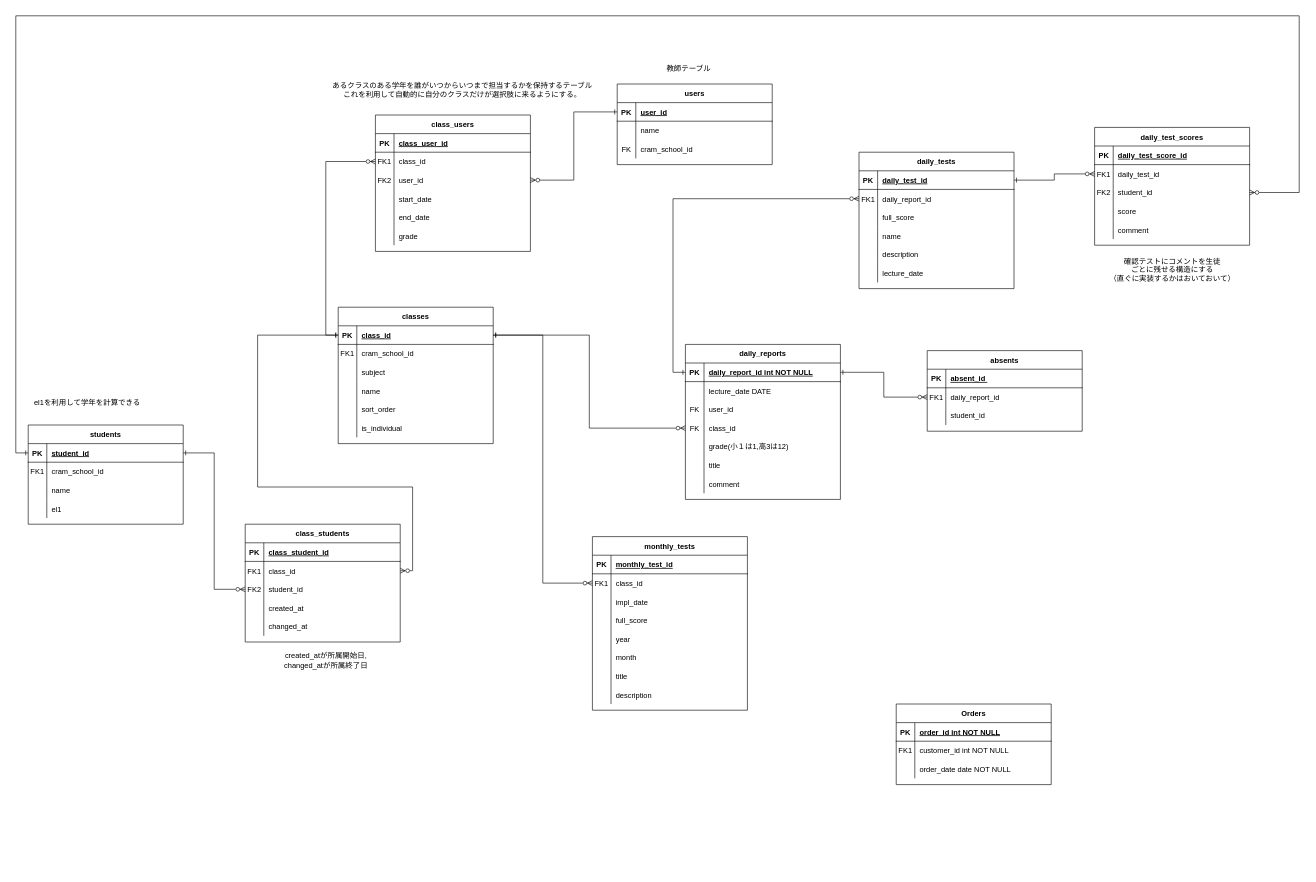
Earlier version of the draw.io diagram daily_report_ER_diagram.drawio (satoru817/4eachkeijiban). Source tidied: cells renumbered, new cells numbered last; positions are measured from the earlier drawing's top-left corner, leaving out a move shared by most shapes. Both pictures are drawn from the tidied source at 62%, with x=0, y=0 at pixel (16, 16).
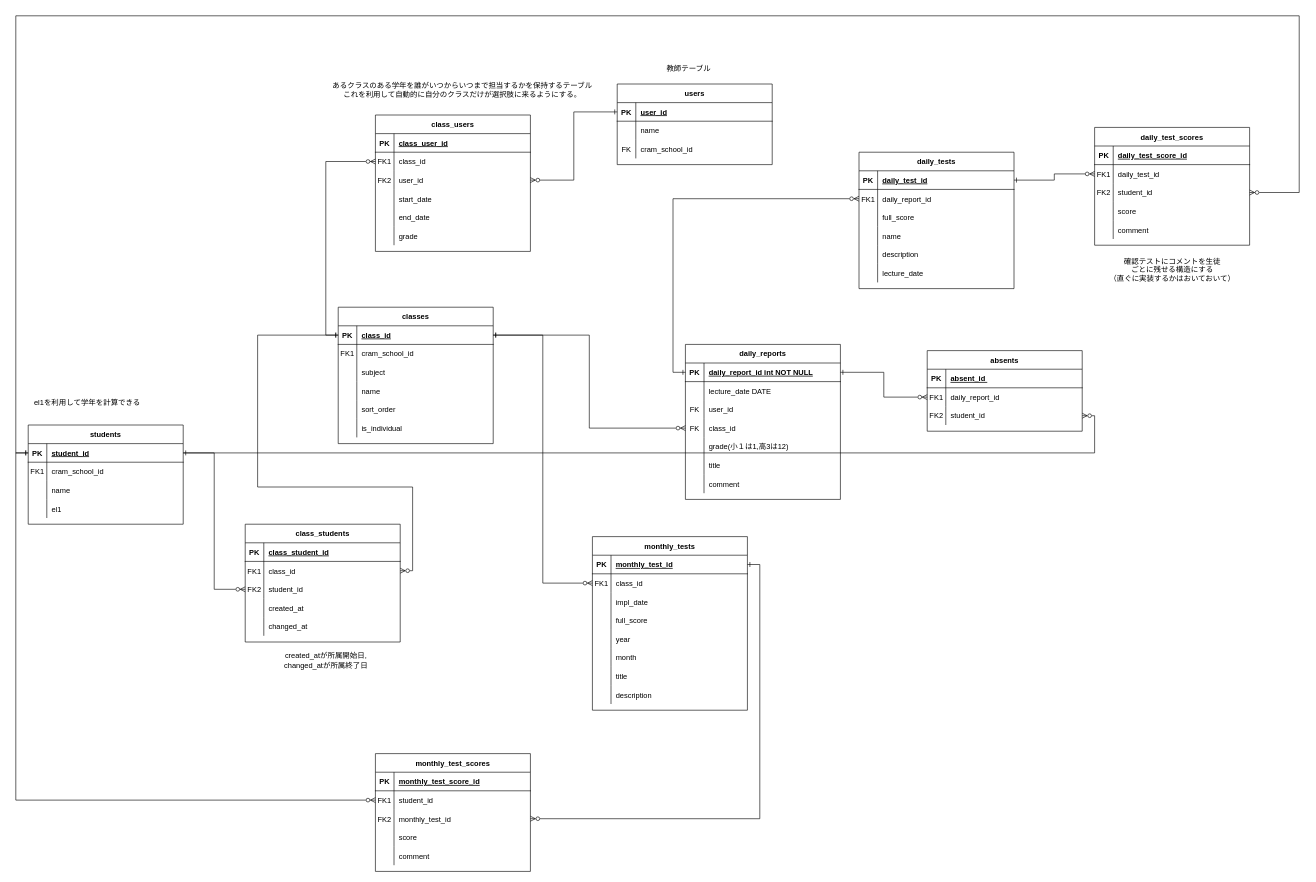
Above is the later version.

Commit message (it also covers changes not shown here):
daily_report_ER_diagram.drawio を更新します

The change refers to these unchanged cells:
```xml
<mxCell id="19" style="shape=partialRectangle;fillColor=none;points=[[0,0.5],[1,0.5]];portConstraint=eastwest;top=0;left=0;right=0;bottom=0;" parent="12" vertex="1">
  <mxGeometry y="90" width="250" height="30" as="geometry" />
</mxCell>
<mxCell id="117" style="shape=partialRectangle;fillColor=none;points=[[0,0.5],[1,0.5]];portConstraint=eastwest;top=0;left=0;right=0;bottom=1;" parent="116" vertex="1">
  <mxGeometry y="30" width="250" height="30" as="geometry" />
</mxCell>
<mxCell id="171" style="shape=partialRectangle;fillColor=none;points=[[0,0.5],[1,0.5]];portConstraint=eastwest;top=0;left=0;right=0;bottom=1;" parent="170" vertex="1">
  <mxGeometry y="30" width="250" height="30" as="geometry" />
</mxCell>
```

Change to the diagram source:
```diff
@@
-    <mxCell id="2" value="Orders" style="shape=table;startSize=30;childLayout=tableLayout;rowLines=0;fontStyle=1;align=center;" parent="1" vertex="1">
-      <mxGeometry x="1420" y="1110" width="250" height="130" as="geometry" />
-    </mxCell>
-    <mxCell id="3" style="shape=partialRectangle;fillColor=none;top=0;left=0;right=0;bottom=1;" parent="2" vertex="1">
-      <mxGeometry y="30" width="250" height="30" as="geometry" />
-    </mxCell>
-    <mxCell id="4" value="PK" style="shape=partialRectangle;overflow=hidden;fillColor=none;top=0;left=0;bottom=0;right=0;fontStyle=1;" parent="3" vertex="1">
-      <mxGeometry width="30" height="30" as="geometry" />
-    </mxCell>
-    <mxCell id="5" value="order_id int NOT NULL " style="shape=partialRectangle;overflow=hidden;fillColor=none;top=0;left=0;bottom=0;right=0;align=left;spacingLeft=6;fontStyle=5;" parent="3" vertex="1">
-      <mxGeometry x="30" width="220" height="30" as="geometry" />
-    </mxCell>
-    <mxCell id="6" style="shape=partialRectangle;fillColor=none;points=[[0,0.5],[1,0.5]];portConstraint=eastwest;top=0;left=0;right=0;bottom=0;" parent="2" vertex="1">
-      <mxGeometry y="60" width="250" height="30" as="geometry" />
-    </mxCell>
-    <mxCell id="7" value="FK1" style="shape=partialRectangle;overflow=hidden;fillColor=none;top=0;left=0;bottom=0;right=0;" parent="6" vertex="1">
-      <mxGeometry width="30" height="30" as="geometry" />
-    </mxCell>
-    <mxCell id="8" value="customer_id int NOT NULL" style="shape=partialRectangle;overflow=hidden;fillColor=none;top=0;left=0;bottom=0;right=0;align=left;spacingLeft=6;" parent="6" vertex="1">
-      <mxGeometry x="30" width="220" height="30" as="geometry" />
-    </mxCell>
-    <mxCell id="9" style="shape=partialRectangle;fillColor=none;points=[[0,0.5],[1,0.5]];portConstraint=eastwest;top=0;left=0;right=0;bottom=0;" parent="2" vertex="1">
-      <mxGeometry y="90" width="250" height="30" as="geometry" />
-    </mxCell>
-    <mxCell id="10" style="shape=partialRectangle;overflow=hidden;fillColor=none;top=0;left=0;bottom=0;right=0;" parent="9" vertex="1">
-      <mxGeometry width="30" height="30" as="geometry" />
-    </mxCell>
-    <mxCell id="11" value="order_date date NOT NULL" style="shape=partialRectangle;overflow=hidden;fillColor=none;top=0;left=0;bottom=0;right=0;align=left;spacingLeft=6;" parent="9" vertex="1">
-      <mxGeometry x="30" width="220" height="30" as="geometry" />
-    </mxCell>
@@
-    <mxCell id="20" style="shape=partialRectangle;overflow=hidden;fillColor=none;top=0;left=0;bottom=0;right=0;" parent="19" vertex="1">
+    <mxCell id="20" value="FK2" style="shape=partialRectangle;overflow=hidden;fillColor=none;top=0;left=0;bottom=0;right=0;" parent="19" vertex="1">
       <mxGeometry width="30" height="30" as="geometry" />
     </mxCell>
@@
+    <mxCell id="196" value="monthly_test_scores" style="shape=table;startSize=30;childLayout=tableLayout;rowLines=0;fontStyle=1;align=center;" parent="1" vertex="1">
+      <mxGeometry x="580" y="1190" width="250" height="190" as="geometry" />
+    </mxCell>
+    <mxCell id="3" style="shape=partialRectangle;fillColor=none;top=0;left=0;right=0;bottom=1;" parent="196" vertex="1">
+      <mxGeometry y="30" width="250" height="30" as="geometry" />
+    </mxCell>
+    <mxCell id="4" value="PK" style="shape=partialRectangle;overflow=hidden;fillColor=none;top=0;left=0;bottom=0;right=0;fontStyle=1;" parent="3" vertex="1">
+      <mxGeometry width="30" height="30" as="geometry" />
+    </mxCell>
+    <mxCell id="197" value="monthly_test_score_id" style="shape=partialRectangle;overflow=hidden;fillColor=none;top=0;left=0;bottom=0;right=0;align=left;spacingLeft=6;fontStyle=5;" parent="3" vertex="1">
+      <mxGeometry x="30" width="220" height="30" as="geometry" />
+    </mxCell>
+    <mxCell id="6" style="shape=partialRectangle;fillColor=none;points=[[0,0.5],[1,0.5]];portConstraint=eastwest;top=0;left=0;right=0;bottom=0;" parent="196" vertex="1">
+      <mxGeometry y="60" width="250" height="30" as="geometry" />
+    </mxCell>
+    <mxCell id="7" value="FK1" style="shape=partialRectangle;overflow=hidden;fillColor=none;top=0;left=0;bottom=0;right=0;" parent="6" vertex="1">
+      <mxGeometry width="30" height="30" as="geometry" />
+    </mxCell>
+    <mxCell id="198" value="student_id" style="shape=partialRectangle;overflow=hidden;fillColor=none;top=0;left=0;bottom=0;right=0;align=left;spacingLeft=6;" parent="6" vertex="1">
+      <mxGeometry x="30" width="220" height="30" as="geometry" />
+    </mxCell>
+    <mxCell id="9" style="shape=partialRectangle;fillColor=none;points=[[0,0.5],[1,0.5]];portConstraint=eastwest;top=0;left=0;right=0;bottom=0;" parent="196" vertex="1">
+      <mxGeometry y="90" width="250" height="30" as="geometry" />
+    </mxCell>
+    <mxCell id="199" value="FK2" style="shape=partialRectangle;overflow=hidden;fillColor=none;top=0;left=0;bottom=0;right=0;" parent="9" vertex="1">
+      <mxGeometry width="30" height="30" as="geometry" />
+    </mxCell>
+    <mxCell id="200" value="monthly_test_id" style="shape=partialRectangle;overflow=hidden;fillColor=none;top=0;left=0;bottom=0;right=0;align=left;spacingLeft=6;" parent="9" vertex="1">
+      <mxGeometry x="30" width="220" height="30" as="geometry" />
+    </mxCell>
+    <mxCell id="201" style="shape=partialRectangle;fillColor=none;top=0;left=0;right=0;bottom=0;" parent="196" vertex="1">
+      <mxGeometry y="120" width="250" height="30" as="geometry" />
+    </mxCell>
+    <mxCell id="202" style="shape=partialRectangle;overflow=hidden;fillColor=none;top=0;left=0;bottom=0;right=0;" parent="201" vertex="1">
+      <mxGeometry width="30" height="30" as="geometry" />
+    </mxCell>
+    <mxCell id="203" value="score" style="shape=partialRectangle;overflow=hidden;fillColor=none;top=0;left=0;bottom=0;right=0;align=left;spacingLeft=6;" parent="201" vertex="1">
+      <mxGeometry x="30" width="220" height="30" as="geometry" />
+    </mxCell>
+    <mxCell id="204" style="shape=partialRectangle;fillColor=none;top=0;left=0;right=0;bottom=0;" parent="196" vertex="1">
+      <mxGeometry y="150" width="250" height="30" as="geometry" />
+    </mxCell>
+    <mxCell id="205" style="shape=partialRectangle;overflow=hidden;fillColor=none;top=0;left=0;bottom=0;right=0;" parent="204" vertex="1">
+      <mxGeometry width="30" height="30" as="geometry" />
+    </mxCell>
+    <mxCell id="206" value="comment" style="shape=partialRectangle;overflow=hidden;fillColor=none;top=0;left=0;bottom=0;right=0;align=left;spacingLeft=6;" parent="204" vertex="1">
+      <mxGeometry x="30" width="220" height="30" as="geometry" />
+    </mxCell>
+    <mxCell id="207" style="edgeStyle=orthogonalEdgeStyle;rounded=0;jettySize=auto;html=1;entryX=0;entryY=0.5;entryDx=0;entryDy=0;endArrow=ERone;endFill=0;startArrow=ERzeroToMany;startFill=0;" parent="1" edge="1" source="6" target="117">
+      <mxGeometry relative="1" as="geometry" />
+    </mxCell>
+    <mxCell id="208" style="edgeStyle=orthogonalEdgeStyle;rounded=0;jettySize=auto;html=1;exitX=1;exitY=0.5;exitDx=0;exitDy=0;entryX=1;entryY=0.5;entryDx=0;entryDy=0;endArrow=ERone;endFill=0;startArrow=ERzeroToMany;startFill=0;" parent="1" edge="1" source="9" target="171">
+      <mxGeometry relative="1" as="geometry" />
+    </mxCell>
+    <mxCell id="209" style="edgeStyle=orthogonalEdgeStyle;rounded=0;jettySize=auto;html=1;entryX=1;entryY=0.5;entryDx=0;entryDy=0;endArrow=ERzeroToMany;endFill=0;" parent="1" edge="1" source="117" target="19">
+      <mxGeometry relative="1" as="geometry" />
+    </mxCell>
```
